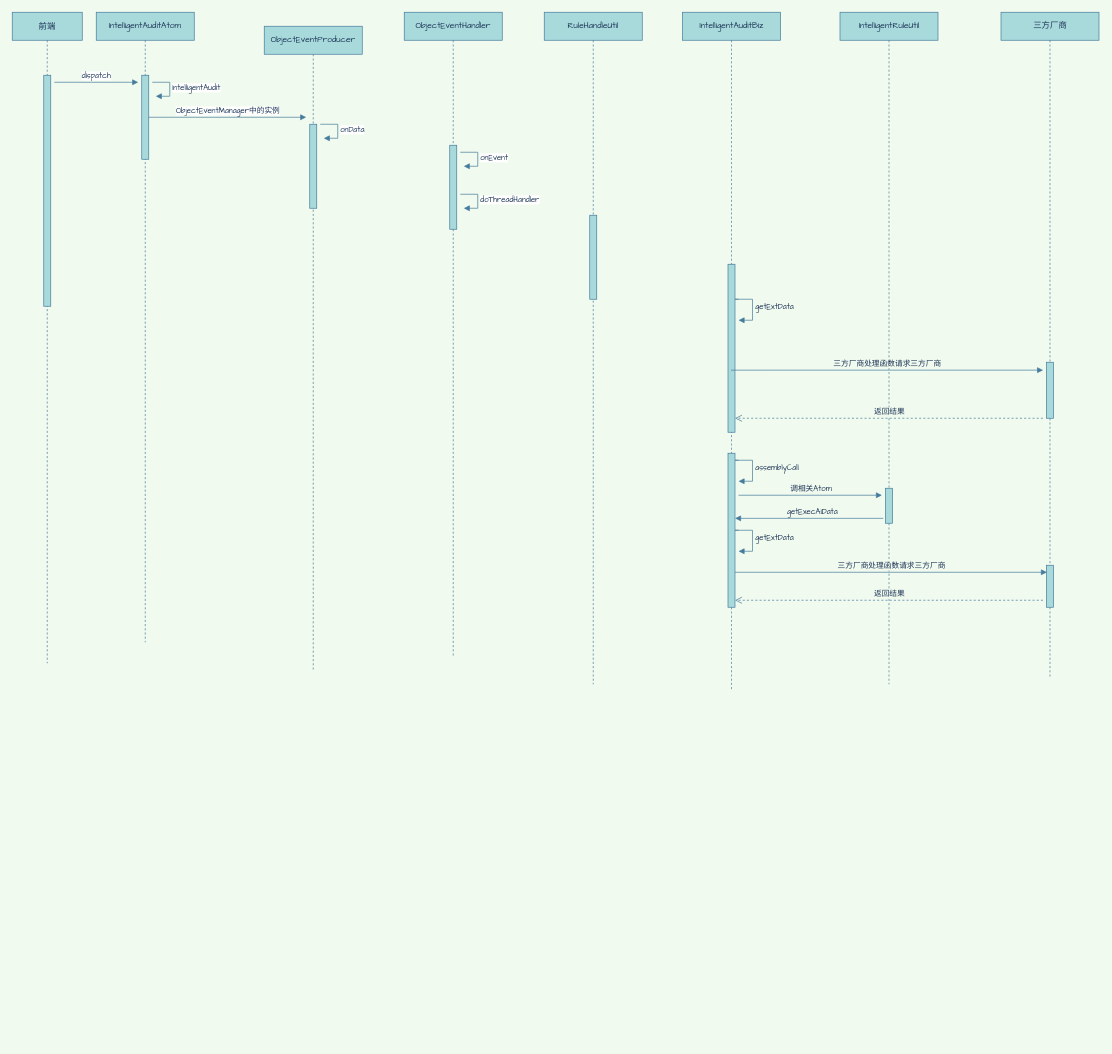
The draw.io diagram 时序图/I9000001.drawio in ZouShuYou/diagrams, before the edit. Source tidied: cells renumbered, new cells numbered last; positions are measured from the earlier drawing's top-left corner, leaving out a move shared by most shapes. Both pictures are drawn from the tidied source at 70%, with x=0, y=0 at pixel (12, 12).
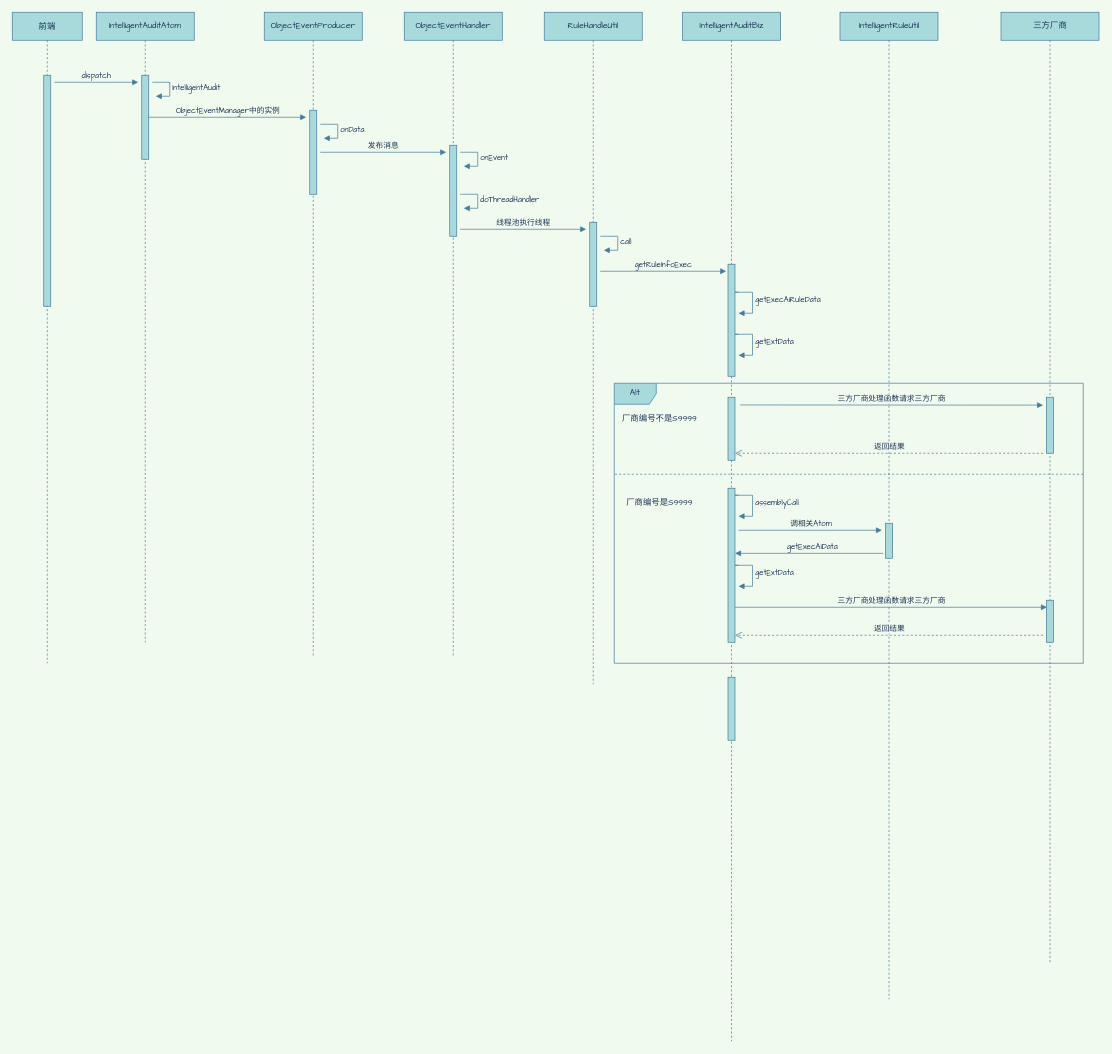
The same page after the edit.

The change refers to these unchanged cells:
```xml
<mxCell id="10" value="ObjectEventHandler" style="shape=umlLifeline;perimeter=lifelinePerimeter;whiteSpace=wrap;html=1;rounded=0;sketch=0;strokeColor=#457B9D;fillColor=#A8DADC;fontColor=#1D3557;fontFamily=Comic Sans MS;" parent="1" vertex="1">
  <mxGeometry x="560" width="140" height="920" as="geometry" />
</mxCell>
<mxCell id="12" value="RuleHandleUtil" style="shape=umlLifeline;perimeter=lifelinePerimeter;whiteSpace=wrap;html=1;rounded=0;sketch=0;strokeColor=#457B9D;fillColor=#A8DADC;fontColor=#1D3557;fontFamily=Comic Sans MS;" parent="1" vertex="1">
  <mxGeometry x="760" width="140" height="960" as="geometry" />
</mxCell>
```

Diff of the diagram source:
```diff
@@
-    <mxCell id="6" value="dispatch" style="html=1;verticalAlign=bottom;endArrow=block;strokeColor=#457B9D;fillColor=#A8DADC;fontFamily=Comic Sans MS;fontColor=#1D3557;" parent="1" edge="1">
+    <mxCell id="6" value="dispatch" style="html=1;verticalAlign=bottom;endArrow=block;strokeColor=#457B9D;fillColor=#A8DADC;fontFamily=Comic Sans MS;fontColor=#1D3557;labelBackgroundColor=#F1FAEE;" parent="1" edge="1">
       <mxGeometry relative="1" as="geometry">
         <mxPoint x="60" y="100" as="sourcePoint" />
         <mxPoint x="180" y="100" as="targetPoint" />
       </mxGeometry>
     </mxCell>
-    <mxCell id="7" value="intelligentAudit" style="edgeStyle=orthogonalEdgeStyle;html=1;align=left;spacingLeft=2;endArrow=block;rounded=0;entryX=1;entryY=0;strokeColor=#457B9D;fillColor=#A8DADC;fontFamily=Comic Sans MS;fontColor=#1D3557;" parent="1" edge="1">
+    <mxCell id="7" value="intelligentAudit" style="edgeStyle=orthogonalEdgeStyle;html=1;align=left;spacingLeft=2;endArrow=block;rounded=0;entryX=1;entryY=0;strokeColor=#457B9D;fillColor=#A8DADC;fontFamily=Comic Sans MS;fontColor=#1D3557;labelBackgroundColor=#F1FAEE;" parent="1" edge="1">
       <mxGeometry relative="1" as="geometry">
         <mxPoint x="200" y="100" as="sourcePoint" />
         <mxPoint x="205" y="120" as="targetPoint" />
         <Array as="points">
           <mxPoint x="225" y="100" />
         </Array>
       </mxGeometry>
     </mxCell>
     <mxCell id="8" value="ObjectEventProducer" style="shape=umlLifeline;perimeter=lifelinePerimeter;whiteSpace=wrap;html=1;rounded=0;sketch=0;strokeColor=#457B9D;fillColor=#A8DADC;fontColor=#1D3557;fontFamily=Comic Sans MS;" parent="1" vertex="1">
-      <mxGeometry x="360" y="20" width="140" height="920" as="geometry" />
+      <mxGeometry x="360" width="140" height="920" as="geometry" />
     </mxCell>
@@
     <mxCell id="11" style="html=1;perimeter=orthogonalPerimeter;rounded=0;sketch=0;strokeColor=#457B9D;fillColor=#A8DADC;fontFamily=Comic Sans MS;fontColor=#1D3557;" parent="10" vertex="1">
-      <mxGeometry x="65" y="190" width="10" height="120" as="geometry" />
+      <mxGeometry x="65" y="190" width="10" height="130" as="geometry" />
     </mxCell>
@@
     <mxCell id="13" style="html=1;perimeter=orthogonalPerimeter;rounded=0;sketch=0;strokeColor=#457B9D;fillColor=#A8DADC;fontFamily=Comic Sans MS;fontColor=#1D3557;" parent="12" vertex="1">
-      <mxGeometry x="65" y="290" width="10" height="120" as="geometry" />
+      <mxGeometry x="65" y="300" width="10" height="120" as="geometry" />
     </mxCell>
     <mxCell id="14" value="IntelligentAuditBiz" style="shape=umlLifeline;perimeter=lifelinePerimeter;whiteSpace=wrap;html=1;strokeColor=#457B9D;fillColor=#A8DADC;fontFamily=Comic Sans MS;fontColor=#1D3557;" parent="1" vertex="1">
-      <mxGeometry x="957.5" width="140" height="970" as="geometry" />
+      <mxGeometry x="957.5" width="140" height="1470" as="geometry" />
     </mxCell>
     <mxCell id="15" style="html=1;perimeter=orthogonalPerimeter;rounded=0;sketch=0;strokeColor=#457B9D;fillColor=#A8DADC;fontColor=#1D3557;" parent="14" vertex="1">
-      <mxGeometry x="65" y="360" width="10" height="240" as="geometry" />
+      <mxGeometry x="65" y="360" width="10" height="160" as="geometry" />
     </mxCell>
     <mxCell id="16" value="三方厂商" style="shape=umlLifeline;perimeter=lifelinePerimeter;whiteSpace=wrap;html=1;strokeColor=#457B9D;fillColor=#A8DADC;fontFamily=Comic Sans MS;fontColor=#1D3557;" parent="1" vertex="1">
-      <mxGeometry x="1412.5" width="140" height="950" as="geometry" />
+      <mxGeometry x="1412.5" width="140" height="1360" as="geometry" />
     </mxCell>
     <mxCell id="17" value="IntelligentRuleUtil" style="shape=umlLifeline;perimeter=lifelinePerimeter;whiteSpace=wrap;html=1;strokeColor=#457B9D;fillColor=#A8DADC;fontFamily=Comic Sans MS;fontColor=#1D3557;" parent="1" vertex="1">
-      <mxGeometry x="1182.5" width="140" height="960" as="geometry" />
+      <mxGeometry x="1182.5" width="140" height="1410" as="geometry" />
     </mxCell>
     <mxCell id="18" value="三方厂商处理函数请求三方厂商" style="html=1;verticalAlign=bottom;endArrow=block;strokeColor=#457B9D;fillColor=#A8DADC;fontColor=#1D3557;fontFamily=Comic Sans MS;entryX=-0.48;entryY=0.141;entryDx=0;entryDy=0;entryPerimeter=0;labelBackgroundColor=#F1FAEE;" parent="1" edge="1" target="21">
       <mxGeometry relative="1" as="geometry">
-        <mxPoint x="1026.8" y="511.3" as="sourcePoint" />
+        <mxPoint x="1040" y="561" as="sourcePoint" />
       </mxGeometry>
     </mxCell>
     <mxCell id="19" style="html=1;perimeter=orthogonalPerimeter;rounded=0;sketch=0;strokeColor=#457B9D;fillColor=#A8DADC;fontColor=#1D3557;" parent="1" vertex="1">
-      <mxGeometry x="1022.5" y="630" width="10" height="220" as="geometry" />
+      <mxGeometry x="1022.5" y="680" width="10" height="220" as="geometry" />
     </mxCell>
     <mxCell id="20" value="&lt;span style=&quot;text-align: center&quot;&gt;getExtData&lt;/span&gt;" style="edgeStyle=orthogonalEdgeStyle;html=1;align=left;spacingLeft=2;endArrow=block;rounded=0;strokeColor=#457B9D;fillColor=#A8DADC;fontFamily=Comic Sans MS;fontColor=#1D3557;labelBackgroundColor=#F1FAEE;" parent="1" edge="1">
       <mxGeometry relative="1" as="geometry">
-        <mxPoint x="1037.5" y="410" as="sourcePoint" />
-        <mxPoint x="1037.5" y="440" as="targetPoint" />
+        <mxPoint x="1037.5" y="460" as="sourcePoint" />
+        <mxPoint x="1037.5" y="490" as="targetPoint" />
         <Array as="points">
-          <mxPoint x="1032.5" y="410" />
-          <mxPoint x="1057.5" y="410" />
-          <mxPoint x="1057.5" y="440" />
+          <mxPoint x="1032.5" y="460" />
+          <mxPoint x="1057.5" y="460" />
+          <mxPoint x="1057.5" y="490" />
         </Array>
       </mxGeometry>
     </mxCell>
     <mxCell id="21" style="html=1;points=[];perimeter=orthogonalPerimeter;rounded=0;sketch=0;strokeColor=#457B9D;fillColor=#A8DADC;fontColor=#1D3557;" parent="1" vertex="1">
-      <mxGeometry x="1477.5" y="500" width="10" height="80" as="geometry" />
+      <mxGeometry x="1477.5" y="550" width="10" height="80" as="geometry" />
     </mxCell>
     <mxCell id="22" style="html=1;perimeter=orthogonalPerimeter;rounded=0;sketch=0;strokeColor=#457B9D;fillColor=#A8DADC;fontColor=#1D3557;" parent="1" vertex="1">
-      <mxGeometry x="1477.5" y="790" width="10" height="60" as="geometry" />
+      <mxGeometry x="1477.5" y="840" width="10" height="60" as="geometry" />
     </mxCell>
     <mxCell id="23" style="html=1;points=[];perimeter=orthogonalPerimeter;rounded=0;sketch=0;strokeColor=#457B9D;fillColor=#A8DADC;fontColor=#1D3557;" parent="1" vertex="1">
-      <mxGeometry x="1247.5" y="680" width="10" height="50" as="geometry" />
+      <mxGeometry x="1247.5" y="730" width="10" height="50" as="geometry" />
     </mxCell>
     <mxCell id="24" value="返回结果" style="html=1;verticalAlign=bottom;endArrow=open;dashed=1;endSize=8;strokeColor=#457B9D;fillColor=#A8DADC;fontColor=#1D3557;labelBackgroundColor=#F1FAEE;" parent="1" edge="1">
       <mxGeometry relative="1" as="geometry">
-        <mxPoint x="1472.5" y="580" as="sourcePoint" />
-        <mxPoint x="1032.5" y="580" as="targetPoint" />
+        <mxPoint x="1472.5" y="630" as="sourcePoint" />
+        <mxPoint x="1032.5" y="630" as="targetPoint" />
       </mxGeometry>
     </mxCell>
     <mxCell id="25" value="&lt;span style=&quot;text-align: center&quot;&gt;assemblyCall&lt;/span&gt;" style="edgeStyle=orthogonalEdgeStyle;html=1;align=left;spacingLeft=2;endArrow=block;rounded=0;strokeColor=#457B9D;fillColor=#A8DADC;fontFamily=Comic Sans MS;fontColor=#1D3557;labelBackgroundColor=#F1FAEE;" parent="1" edge="1">
       <mxGeometry relative="1" as="geometry">
-        <mxPoint x="1037.5" y="640" as="sourcePoint" />
-        <mxPoint x="1037.5" y="670" as="targetPoint" />
+        <mxPoint x="1037.5" y="690" as="sourcePoint" />
+        <mxPoint x="1037.5" y="720" as="targetPoint" />
         <Array as="points">
-          <mxPoint x="1032.5" y="640" />
-          <mxPoint x="1057.5" y="640" />
-          <mxPoint x="1057.5" y="670" />
+          <mxPoint x="1032.5" y="690" />
+          <mxPoint x="1057.5" y="690" />
+          <mxPoint x="1057.5" y="720" />
         </Array>
       </mxGeometry>
     </mxCell>
     <mxCell id="26" value="调相关Atom" style="verticalAlign=bottom;endArrow=block;strokeColor=#457B9D;fillColor=#A8DADC;fontColor=#1D3557;fontFamily=Comic Sans MS;html=1;labelBackgroundColor=#F1FAEE;" parent="1" edge="1">
       <mxGeometry relative="1" as="geometry">
-        <mxPoint x="1037.5" y="690" as="sourcePoint" />
-        <mxPoint x="1242.5" y="690" as="targetPoint" />
+        <mxPoint x="1037.5" y="740" as="sourcePoint" />
+        <mxPoint x="1242.5" y="740" as="targetPoint" />
       </mxGeometry>
     </mxCell>
     <mxCell id="27" style="endArrow=none;startArrow=block;endFill=0;startFill=1;html=1;strokeColor=#457B9D;fillColor=#A8DADC;fontFamily=Comic Sans MS;fontColor=#1D3557;entryX=-0.319;entryY=0.86;entryDx=0;entryDy=0;entryPerimeter=0;labelBackgroundColor=#F1FAEE;" parent="1" edge="1" target="23">
       <mxGeometry relative="1" as="geometry">
-        <mxPoint x="1032.5" y="723" as="sourcePoint" />
+        <mxPoint x="1032.5" y="773" as="sourcePoint" />
       </mxGeometry>
     </mxCell>
@@
     <mxCell id="29" value="&lt;span style=&quot;text-align: center&quot;&gt;getExtData&lt;/span&gt;" style="edgeStyle=orthogonalEdgeStyle;html=1;align=left;spacingLeft=2;endArrow=block;rounded=0;strokeColor=#457B9D;fillColor=#A8DADC;fontFamily=Comic Sans MS;fontColor=#1D3557;labelBackgroundColor=#F1FAEE;" parent="1" edge="1">
       <mxGeometry relative="1" as="geometry">
-        <mxPoint x="1037.5" y="740" as="sourcePoint" />
-        <mxPoint x="1037.5" y="770" as="targetPoint" />
+        <mxPoint x="1037.5" y="790" as="sourcePoint" />
+        <mxPoint x="1037.5" y="820" as="targetPoint" />
         <Array as="points">
-          <mxPoint x="1032.5" y="740" />
-          <mxPoint x="1057.5" y="740" />
-          <mxPoint x="1057.5" y="770" />
+          <mxPoint x="1032.5" y="790" />
+          <mxPoint x="1057.5" y="790" />
+          <mxPoint x="1057.5" y="820" />
         </Array>
       </mxGeometry>
     </mxCell>
     <mxCell id="30" value="三方厂商处理函数请求三方厂商" style="html=1;verticalAlign=bottom;endArrow=block;strokeColor=#457B9D;fillColor=#A8DADC;fontColor=#1D3557;fontFamily=Comic Sans MS;entryX=-0.48;entryY=0.141;entryDx=0;entryDy=0;entryPerimeter=0;labelBackgroundColor=#F1FAEE;" parent="1" edge="1">
       <mxGeometry relative="1" as="geometry">
-        <mxPoint x="1032.5" y="800" as="sourcePoint" />
-        <mxPoint x="1478.2" y="800" as="targetPoint" />
+        <mxPoint x="1032.5" y="850" as="sourcePoint" />
+        <mxPoint x="1478.2" y="850" as="targetPoint" />
       </mxGeometry>
     </mxCell>
     <mxCell id="31" value="返回结果" style="html=1;verticalAlign=bottom;endArrow=open;dashed=1;endSize=8;strokeColor=#457B9D;fillColor=#A8DADC;fontColor=#1D3557;labelBackgroundColor=#F1FAEE;" parent="1" edge="1">
       <mxGeometry relative="1" as="geometry">
-        <mxPoint x="1472.5" y="840" as="sourcePoint" />
-        <mxPoint x="1032.5" y="840" as="targetPoint" />
+        <mxPoint x="1472.5" y="890" as="sourcePoint" />
+        <mxPoint x="1032.5" y="890" as="targetPoint" />
       </mxGeometry>
     </mxCell>
-    <mxCell id="32" value="ObjectEventManager中的实例" style="html=1;verticalAlign=bottom;endArrow=block;strokeColor=#457B9D;fillColor=#A8DADC;fontFamily=Comic Sans MS;fontColor=#1D3557;" parent="1" edge="1">
+    <mxCell id="32" value="ObjectEventManager中的实例" style="html=1;verticalAlign=bottom;endArrow=block;strokeColor=#457B9D;fillColor=#A8DADC;fontFamily=Comic Sans MS;fontColor=#1D3557;labelBackgroundColor=#F1FAEE;" parent="1" edge="1">
       <mxGeometry relative="1" as="geometry">
         <mxPoint x="195" y="150" as="sourcePoint" />
         <mxPoint x="420" y="150" as="targetPoint" />
       </mxGeometry>
     </mxCell>
-    <mxCell id="33" value="onData" style="edgeStyle=orthogonalEdgeStyle;html=1;align=left;spacingLeft=2;endArrow=block;rounded=0;entryX=1;entryY=0;strokeColor=#457B9D;fillColor=#A8DADC;fontFamily=Comic Sans MS;fontColor=#1D3557;" parent="1" edge="1">
+    <mxCell id="33" value="onData" style="edgeStyle=orthogonalEdgeStyle;html=1;align=left;spacingLeft=2;endArrow=block;rounded=0;entryX=1;entryY=0;strokeColor=#457B9D;fillColor=#A8DADC;fontFamily=Comic Sans MS;fontColor=#1D3557;labelBackgroundColor=#F1FAEE;" parent="1" edge="1">
       <mxGeometry relative="1" as="geometry">
         <mxPoint x="440" y="160" as="sourcePoint" />
         <mxPoint x="445" y="180" as="targetPoint" />
         <Array as="points">
           <mxPoint x="465" y="160" />
         </Array>
       </mxGeometry>
     </mxCell>
-    <mxCell id="34" value="onEvent" style="edgeStyle=orthogonalEdgeStyle;html=1;align=left;spacingLeft=2;endArrow=block;rounded=0;entryX=1;entryY=0;strokeColor=#457B9D;fillColor=#A8DADC;fontFamily=Comic Sans MS;fontColor=#1D3557;" parent="1" edge="1">
+    <mxCell id="34" value="onEvent" style="edgeStyle=orthogonalEdgeStyle;html=1;align=left;spacingLeft=2;endArrow=block;rounded=0;entryX=1;entryY=0;strokeColor=#457B9D;fillColor=#A8DADC;fontFamily=Comic Sans MS;fontColor=#1D3557;labelBackgroundColor=#F1FAEE;" parent="1" edge="1">
       <mxGeometry relative="1" as="geometry">
         <mxPoint x="640" y="200" as="sourcePoint" />
         <mxPoint x="645" y="220" as="targetPoint" />
         <Array as="points">
           <mxPoint x="665" y="200" />
         </Array>
       </mxGeometry>
     </mxCell>
-    <mxCell id="35" value="doThreadHandler" style="edgeStyle=orthogonalEdgeStyle;html=1;align=left;spacingLeft=2;endArrow=block;rounded=0;entryX=1;entryY=0;strokeColor=#457B9D;fillColor=#A8DADC;fontFamily=Comic Sans MS;fontColor=#1D3557;" parent="1" edge="1">
+    <mxCell id="35" value="doThreadHandler" style="edgeStyle=orthogonalEdgeStyle;html=1;align=left;spacingLeft=2;endArrow=block;rounded=0;entryX=1;entryY=0;strokeColor=#457B9D;fillColor=#A8DADC;fontFamily=Comic Sans MS;fontColor=#1D3557;labelBackgroundColor=#F1FAEE;" parent="1" edge="1">
       <mxGeometry relative="1" as="geometry">
         <mxPoint x="640" y="260" as="sourcePoint" />
         <mxPoint x="645" y="280" as="targetPoint" />
         <Array as="points">
           <mxPoint x="665" y="260" />
         </Array>
       </mxGeometry>
     </mxCell>
+    <mxCell id="36" value="发布消息" style="html=1;verticalAlign=bottom;endArrow=block;strokeColor=#457B9D;fillColor=#A8DADC;fontFamily=Comic Sans MS;fontColor=#1D3557;labelBackgroundColor=#F1FAEE;" parent="1" edge="1">
+      <mxGeometry relative="1" as="geometry">
+        <mxPoint x="440" y="200" as="sourcePoint" />
+        <mxPoint x="620" y="200" as="targetPoint" />
+      </mxGeometry>
+    </mxCell>
+    <mxCell id="37" value="线程池执行线程" style="html=1;verticalAlign=bottom;endArrow=block;strokeColor=#457B9D;fillColor=#A8DADC;fontFamily=Comic Sans MS;fontColor=#1D3557;labelBackgroundColor=#F1FAEE;" parent="1" edge="1">
+      <mxGeometry relative="1" as="geometry">
+        <mxPoint x="640" y="310" as="sourcePoint" />
+        <mxPoint x="820" y="310" as="targetPoint" />
+      </mxGeometry>
+    </mxCell>
+    <mxCell id="38" value="call" style="edgeStyle=orthogonalEdgeStyle;html=1;align=left;spacingLeft=2;endArrow=block;rounded=0;entryX=1;entryY=0;strokeColor=#457B9D;fillColor=#A8DADC;fontFamily=Comic Sans MS;fontColor=#1D3557;labelBackgroundColor=#F1FAEE;" parent="1" edge="1">
+      <mxGeometry relative="1" as="geometry">
+        <mxPoint x="840" y="320" as="sourcePoint" />
+        <mxPoint x="845" y="340" as="targetPoint" />
+        <Array as="points">
+          <mxPoint x="865" y="320" />
+          <mxPoint x="865" y="340" />
+        </Array>
+      </mxGeometry>
+    </mxCell>
+    <mxCell id="39" value="getRuleInfoExec" style="html=1;verticalAlign=bottom;endArrow=block;strokeColor=#457B9D;fillColor=#A8DADC;fontFamily=Comic Sans MS;fontColor=#1D3557;labelBackgroundColor=#F1FAEE;" parent="1" edge="1">
+      <mxGeometry relative="1" as="geometry">
+        <mxPoint x="840" y="370" as="sourcePoint" />
+        <mxPoint x="1020" y="370" as="targetPoint" />
+      </mxGeometry>
+    </mxCell>
+    <mxCell id="40" value="&lt;span style=&quot;text-align: center&quot;&gt;getExecAiRuleData&lt;/span&gt;" style="edgeStyle=orthogonalEdgeStyle;html=1;align=left;spacingLeft=2;endArrow=block;rounded=0;strokeColor=#457B9D;fillColor=#A8DADC;fontFamily=Comic Sans MS;fontColor=#1D3557;labelBackgroundColor=#F1FAEE;" parent="1" edge="1">
+      <mxGeometry relative="1" as="geometry">
+        <mxPoint x="1037.5" y="400" as="sourcePoint" />
+        <mxPoint x="1037.5" y="430" as="targetPoint" />
+        <Array as="points">
+          <mxPoint x="1032.5" y="400" />
+          <mxPoint x="1057.5" y="400" />
+          <mxPoint x="1057.5" y="430" />
+        </Array>
+      </mxGeometry>
+    </mxCell>
+    <mxCell id="41" value="Alt" style="shape=umlFrame;whiteSpace=wrap;rounded=0;sketch=0;strokeColor=#457B9D;fillColor=#A8DADC;fontFamily=Comic Sans MS;fontColor=#1D3557;fontStyle=0;html=1;" parent="1" vertex="1">
+      <mxGeometry x="860" y="530" width="670" height="400" as="geometry" />
+    </mxCell>
+    <mxCell id="42" style="endArrow=none;html=1;strokeColor=#457B9D;fillColor=#A8DADC;fontFamily=Comic Sans MS;fontColor=#1D3557;dashed=1;labelBackgroundColor=#F1FAEE;" parent="1" edge="1">
+      <mxGeometry relative="1" as="geometry">
+        <mxPoint x="1530" y="660" as="sourcePoint" />
+        <mxPoint x="861" y="660" as="targetPoint" />
+      </mxGeometry>
+    </mxCell>
+    <mxCell id="43" value="厂商编号不是S9999" style="text;align=center;verticalAlign=middle;fillColor=none;strokeColor=none;rounded=0;sketch=0;fontFamily=Comic Sans MS;fontColor=#1D3557;" parent="1" vertex="1">
+      <mxGeometry x="860" y="570" width="130" height="20" as="geometry" />
+    </mxCell>
+    <mxCell id="44" value="厂商编号是S9999" style="text;align=center;verticalAlign=middle;fillColor=none;strokeColor=none;rounded=0;sketch=0;fontFamily=Comic Sans MS;fontColor=#1D3557;" parent="1" vertex="1">
+      <mxGeometry x="870" y="690" width="110" height="20" as="geometry" />
+    </mxCell>
+    <mxCell id="45" style="html=1;perimeter=orthogonalPerimeter;rounded=0;sketch=0;strokeColor=#457B9D;fillColor=#A8DADC;fontColor=#1D3557;" parent="1" vertex="1">
+      <mxGeometry x="1022.5" y="550" width="10" height="90" as="geometry" />
+    </mxCell>
+    <mxCell id="46" style="html=1;perimeter=orthogonalPerimeter;rounded=0;sketch=0;strokeColor=#457B9D;fillColor=#A8DADC;fontColor=#1D3557;" parent="1" vertex="1">
+      <mxGeometry x="1022.5" y="950" width="10" height="90" as="geometry" />
+    </mxCell>
```
